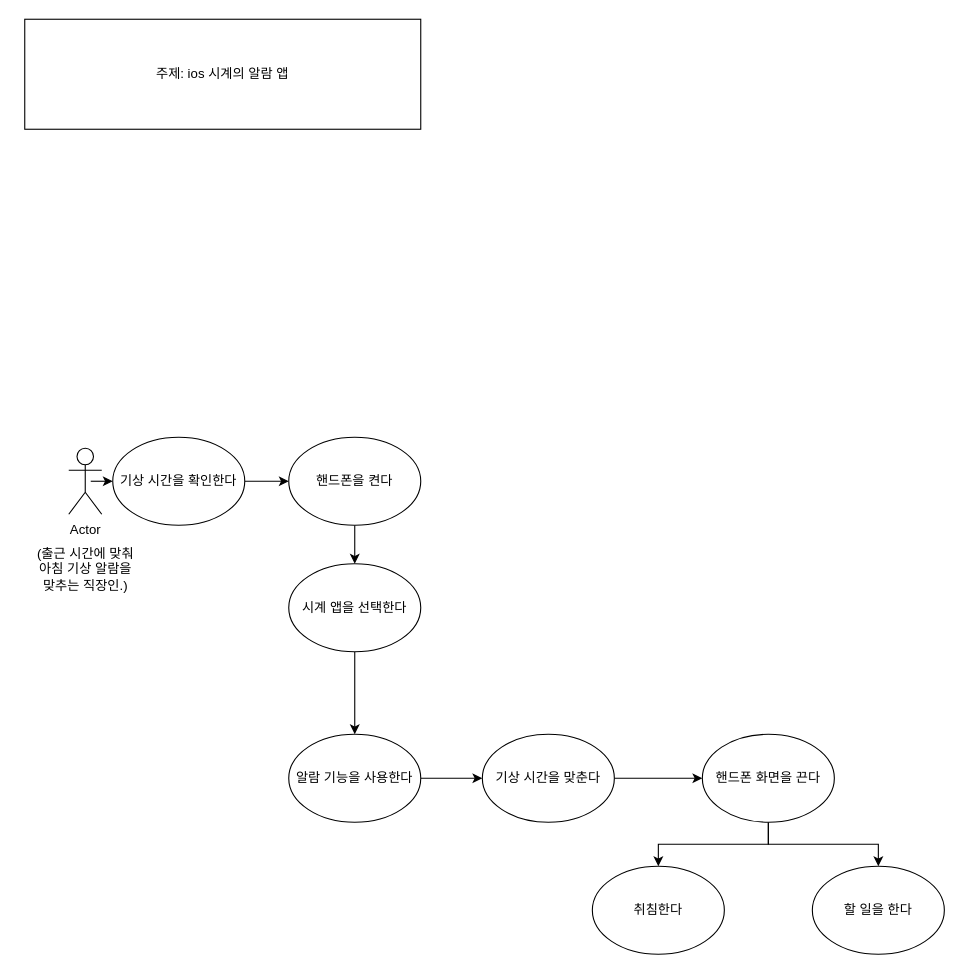
This is 0824 알람 애플리케이션 분석/설명.drawio from doit0/usecase-diagram, a draw.io file, before an edit. Source tidied: cells renumbered, new cells numbered last; positions are measured from the earlier drawing's top-left corner, leaving out a move shared by most shapes. Both pictures are drawn from the tidied source at 110%, with x=0, y=0 at pixel (19, 19).
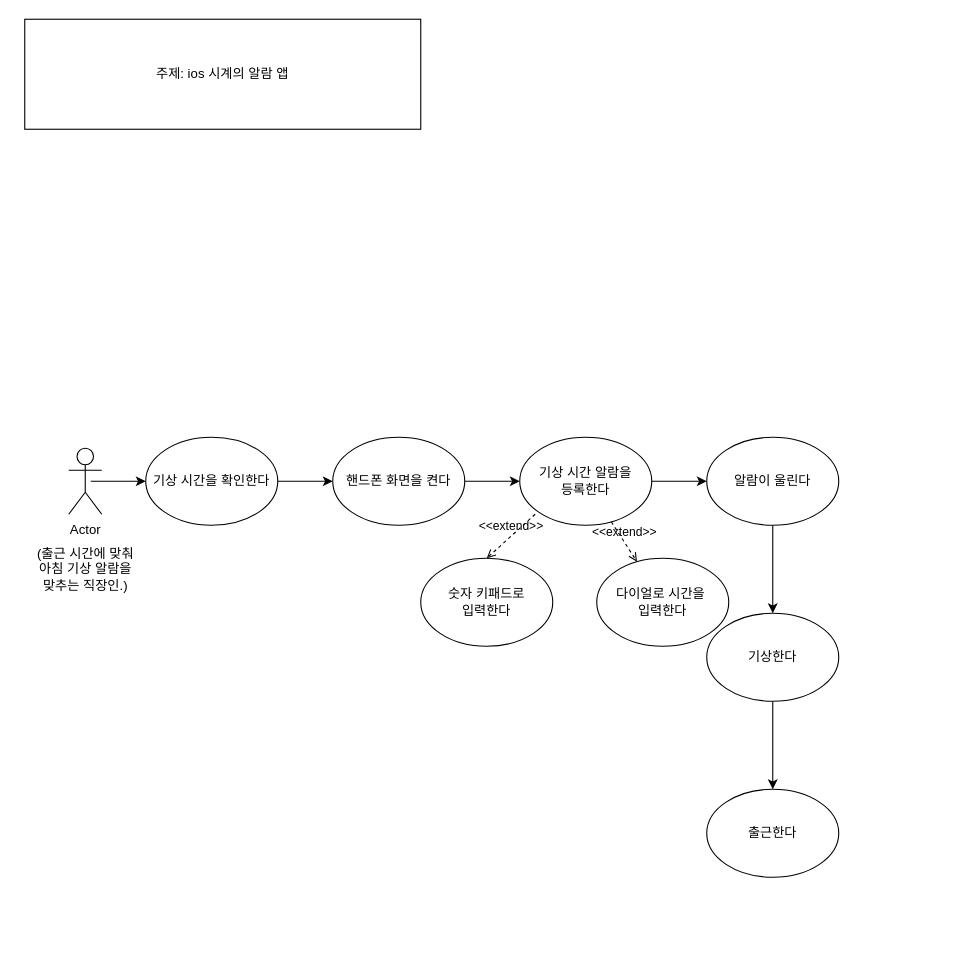
The same diagram, later.

Commit message:
설명.drawio 업데이트

Diff of the diagram source:
```diff
@@
     <mxCell id="6" value="기상 시간을 확인한다" style="ellipse;whiteSpace=wrap;html=1;" parent="1" vertex="1">
-      <mxGeometry x="85" y="380" width="120" height="80" as="geometry" />
+      <mxGeometry x="115" y="380" width="120" height="80" as="geometry" />
     </mxCell>
-    <mxCell id="7" style="edgeStyle=orthogonalEdgeStyle;rounded=0;jettySize=auto;html=1;" parent="1" edge="1" source="8" target="10">
-      <mxGeometry relative="1" as="geometry" />
-    </mxCell>
-    <mxCell id="8" value="핸드폰을 켠다" style="ellipse;whiteSpace=wrap;html=1;" parent="1" vertex="1">
-      <mxGeometry x="245" y="380" width="120" height="80" as="geometry" />
+    <mxCell id="8" value="핸드폰 화면을 켠다" style="ellipse;whiteSpace=wrap;html=1;" parent="1" vertex="1">
+      <mxGeometry x="285" y="380" width="120" height="80" as="geometry" />
     </mxCell>
-    <mxCell id="9" style="edgeStyle=orthogonalEdgeStyle;rounded=0;jettySize=auto;html=1;" parent="1" edge="1" source="10" target="12">
-      <mxGeometry relative="1" as="geometry" />
-    </mxCell>
-    <mxCell id="10" value="시계 앱을 선택한다" style="ellipse;whiteSpace=wrap;html=1;" parent="1" vertex="1">
-      <mxGeometry x="245" y="495" width="120" height="80" as="geometry" />
-    </mxCell>
-    <mxCell id="11" style="edgeStyle=orthogonalEdgeStyle;rounded=0;jettySize=auto;html=1;" parent="1" edge="1" source="12" target="14">
+    <mxCell id="11" style="edgeStyle=orthogonalEdgeStyle;rounded=0;jettySize=auto;html=1;exitX=1;exitY=0.5;exitDx=0;exitDy=0;" parent="1" edge="1" source="8" target="14">
       <mxGeometry relative="1" as="geometry" />
     </mxCell>
-    <mxCell id="12" value="알람 기능을 사용한다" style="ellipse;whiteSpace=wrap;html=1;" parent="1" vertex="1">
-      <mxGeometry x="245" y="650" width="120" height="80" as="geometry" />
-    </mxCell>
-    <mxCell id="13" style="edgeStyle=orthogonalEdgeStyle;rounded=0;jettySize=auto;html=1;" parent="1" edge="1" source="14" target="18">
-      <mxGeometry relative="1" as="geometry" />
-    </mxCell>
+    <mxCell id="21" style="edgeStyle=orthogonalEdgeStyle;rounded=0;jettySize=auto;html=1;" parent="1" edge="1" source="14" target="27">
+      <mxGeometry relative="1" as="geometry" />
+    </mxCell>
-    <mxCell id="14" value="기상 시간을 맞춘다" style="ellipse;whiteSpace=wrap;html=1;" parent="1" vertex="1">
-      <mxGeometry x="421" y="650" width="120" height="80" as="geometry" />
+    <mxCell id="14" value="기상 시간 알람을&lt;br&gt;등록한다" style="ellipse;whiteSpace=wrap;html=1;" parent="1" vertex="1">
+      <mxGeometry x="455" y="380" width="120" height="80" as="geometry" />
     </mxCell>
@@
-    <mxCell id="16" style="edgeStyle=orthogonalEdgeStyle;rounded=0;jettySize=auto;html=1;" parent="1" edge="1" source="18" target="19">
-      <mxGeometry relative="1" as="geometry" />
-    </mxCell>
-    <mxCell id="17" style="edgeStyle=orthogonalEdgeStyle;rounded=0;jettySize=auto;html=1;" parent="1" edge="1" source="18" target="20">
-      <mxGeometry relative="1" as="geometry" />
-    </mxCell>
-    <mxCell id="18" value="핸드폰 화면을 끈다" style="ellipse;whiteSpace=wrap;html=1;" parent="1" vertex="1">
-      <mxGeometry x="621" y="650" width="120" height="80" as="geometry" />
-    </mxCell>
-    <mxCell id="19" value="취침한다" style="ellipse;whiteSpace=wrap;html=1;" parent="1" vertex="1">
-      <mxGeometry x="521" y="770" width="120" height="80" as="geometry" />
-    </mxCell>
-    <mxCell id="20" value="할 일을 한다" style="ellipse;whiteSpace=wrap;html=1;" parent="1" vertex="1">
-      <mxGeometry x="721" y="770" width="120" height="80" as="geometry" />
-    </mxCell>
+    <mxCell id="22" value="&amp;lt;&amp;lt;extend&amp;gt;&amp;gt;" style="html=1;verticalAlign=bottom;labelBackgroundColor=none;endArrow=open;endFill=0;dashed=1;rounded=0;exitX=0.117;exitY=0.875;exitDx=0;exitDy=0;exitPerimeter=0;entryX=0.5;entryY=0;entryDx=0;entryDy=0;" parent="1" edge="1" source="14" target="25">
+      <mxGeometry relative="1" as="geometry" />
+    </mxCell>
+    <mxCell id="23" value="&amp;lt;&amp;lt;extend&amp;gt;&amp;gt;" style="html=1;verticalAlign=bottom;labelBackgroundColor=none;endArrow=open;endFill=0;dashed=1;rounded=0;" parent="1" edge="1" source="14" target="24">
+      <mxGeometry relative="1" as="geometry" />
+    </mxCell>
+    <mxCell id="24" value="다이얼로 시간을&amp;nbsp;&lt;br&gt;입력한다" style="ellipse;whiteSpace=wrap;html=1;" parent="1" vertex="1">
+      <mxGeometry x="525" y="490" width="120" height="80" as="geometry" />
+    </mxCell>
+    <mxCell id="25" value="숫자 키패드로 &lt;br&gt;입력한다" style="ellipse;whiteSpace=wrap;html=1;" parent="1" vertex="1">
+      <mxGeometry x="365" y="490" width="120" height="80" as="geometry" />
+    </mxCell>
+    <mxCell id="26" style="edgeStyle=orthogonalEdgeStyle;rounded=0;jettySize=auto;html=1;" parent="1" edge="1" source="27" target="29">
+      <mxGeometry relative="1" as="geometry" />
+    </mxCell>
+    <mxCell id="27" value="알람이 울린다" style="ellipse;whiteSpace=wrap;html=1;" parent="1" vertex="1">
+      <mxGeometry x="625" y="380" width="120" height="80" as="geometry" />
+    </mxCell>
+    <mxCell id="28" style="edgeStyle=orthogonalEdgeStyle;rounded=0;jettySize=auto;html=1;" parent="1" edge="1" source="29" target="30">
+      <mxGeometry relative="1" as="geometry" />
+    </mxCell>
+    <mxCell id="29" value="기상한다" style="ellipse;whiteSpace=wrap;html=1;" parent="1" vertex="1">
+      <mxGeometry x="625" y="540" width="120" height="80" as="geometry" />
+    </mxCell>
+    <mxCell id="30" value="출근한다" style="ellipse;whiteSpace=wrap;html=1;" parent="1" vertex="1">
+      <mxGeometry x="625" y="700" width="120" height="80" as="geometry" />
+    </mxCell>
```
